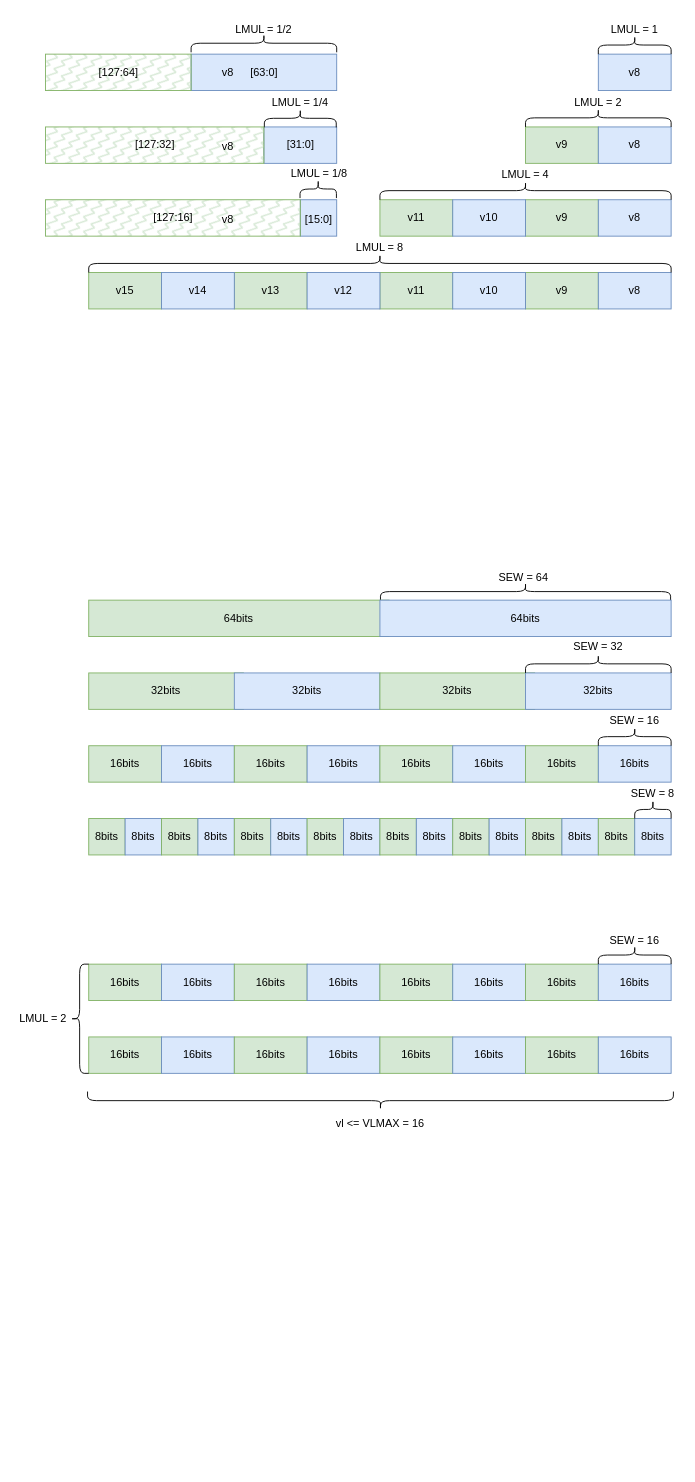
Before: vector2.drawio in Ziyue-Zhang/draw_picture, a draw.io diagram. Source tidied: cells renumbered, new cells numbered last; positions are measured from the earlier drawing's top-left corner, leaving out a move shared by most shapes. Both pictures are drawn from the tidied source at 91%, with x=0, y=0 at pixel (15, -30).
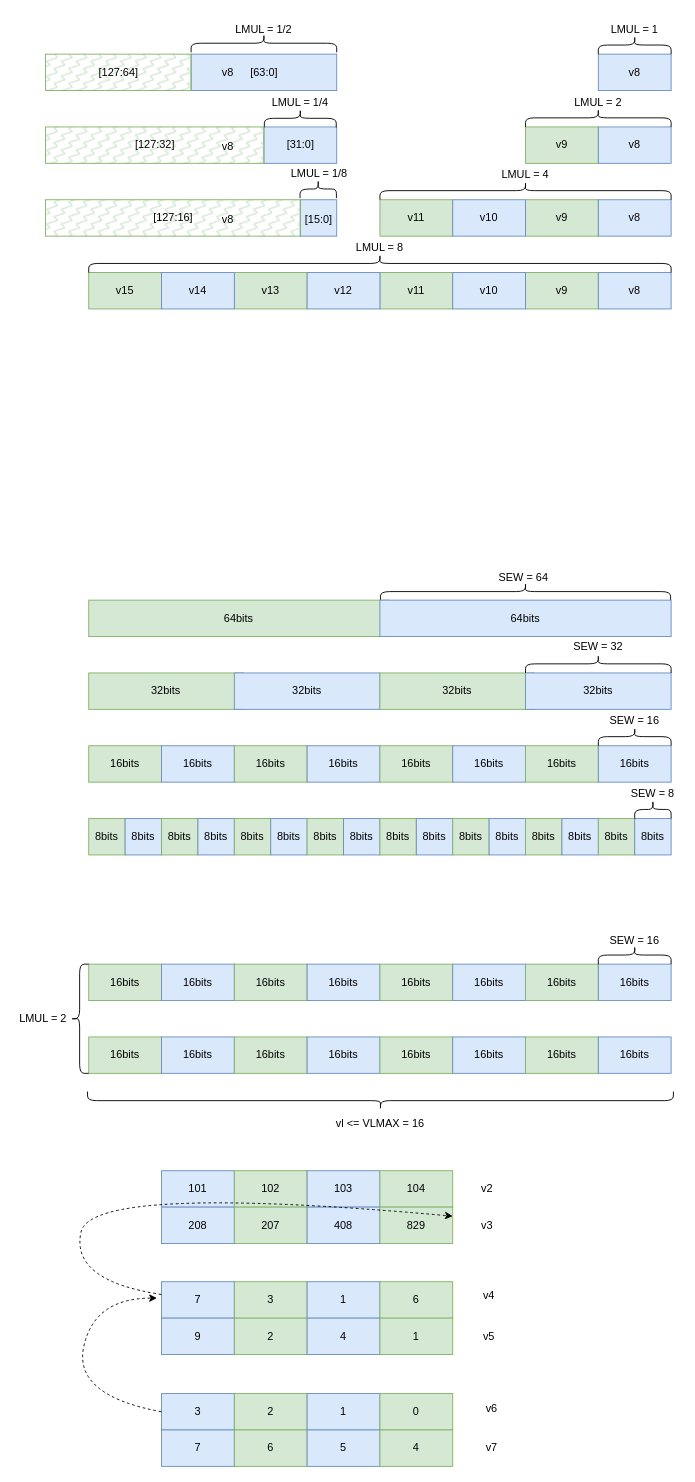
The same page after the edit.

What changed in the source:
```diff
@@
+    <mxCell id="118" value="101" style="rounded=0;whiteSpace=wrap;html=1;fillColor=#dae8fc;strokeColor=#6c8ebf;" parent="1" vertex="1">
+      <mxGeometry x="160" y="1319" width="80" height="40" as="geometry" />
+    </mxCell>
+    <mxCell id="119" value="102" style="rounded=0;whiteSpace=wrap;html=1;fillColor=#d5e8d4;strokeColor=#82b366;" parent="1" vertex="1">
+      <mxGeometry x="240" y="1319" width="80" height="40" as="geometry" />
+    </mxCell>
+    <mxCell id="120" value="103" style="rounded=0;whiteSpace=wrap;html=1;fillColor=#dae8fc;strokeColor=#6c8ebf;" parent="1" vertex="1">
+      <mxGeometry x="320" y="1319" width="80" height="40" as="geometry" />
+    </mxCell>
+    <mxCell id="121" value="104" style="rounded=0;whiteSpace=wrap;html=1;fillColor=#d5e8d4;strokeColor=#82b366;" parent="1" vertex="1">
+      <mxGeometry x="400" y="1319" width="80" height="40" as="geometry" />
+    </mxCell>
+    <mxCell id="122" value="208" style="rounded=0;whiteSpace=wrap;html=1;fillColor=#dae8fc;strokeColor=#6c8ebf;" parent="1" vertex="1">
+      <mxGeometry x="160" y="1359" width="80" height="40" as="geometry" />
+    </mxCell>
+    <mxCell id="123" value="207" style="rounded=0;whiteSpace=wrap;html=1;fillColor=#d5e8d4;strokeColor=#82b366;" parent="1" vertex="1">
+      <mxGeometry x="240" y="1359" width="80" height="40" as="geometry" />
+    </mxCell>
+    <mxCell id="124" value="408" style="rounded=0;whiteSpace=wrap;html=1;fillColor=#dae8fc;strokeColor=#6c8ebf;" parent="1" vertex="1">
+      <mxGeometry x="320" y="1359" width="80" height="40" as="geometry" />
+    </mxCell>
+    <mxCell id="125" value="829" style="rounded=0;whiteSpace=wrap;html=1;fillColor=#d5e8d4;strokeColor=#82b366;" parent="1" vertex="1">
+      <mxGeometry x="400" y="1359" width="80" height="40" as="geometry" />
+    </mxCell>
+    <mxCell id="126" value="v2" style="text;html=1;strokeColor=none;fillColor=none;align=center;verticalAlign=middle;whiteSpace=wrap;rounded=0;" parent="1" vertex="1">
+      <mxGeometry x="488" y="1324" width="60" height="30" as="geometry" />
+    </mxCell>
+    <mxCell id="127" value="v3" style="text;html=1;strokeColor=none;fillColor=none;align=center;verticalAlign=middle;whiteSpace=wrap;rounded=0;" parent="1" vertex="1">
+      <mxGeometry x="488" y="1364" width="60" height="30" as="geometry" />
+    </mxCell>
+    <mxCell id="128" value="7" style="rounded=0;whiteSpace=wrap;html=1;fillColor=#dae8fc;strokeColor=#6c8ebf;" parent="1" vertex="1">
+      <mxGeometry x="160" y="1441" width="80" height="40" as="geometry" />
+    </mxCell>
+    <mxCell id="129" value="3" style="rounded=0;whiteSpace=wrap;html=1;fillColor=#d5e8d4;strokeColor=#82b366;" parent="1" vertex="1">
+      <mxGeometry x="240" y="1441" width="80" height="40" as="geometry" />
+    </mxCell>
+    <mxCell id="130" value="1" style="rounded=0;whiteSpace=wrap;html=1;fillColor=#dae8fc;strokeColor=#6c8ebf;" parent="1" vertex="1">
+      <mxGeometry x="320" y="1441" width="80" height="40" as="geometry" />
+    </mxCell>
+    <mxCell id="131" value="6" style="rounded=0;whiteSpace=wrap;html=1;fillColor=#d5e8d4;strokeColor=#82b366;" parent="1" vertex="1">
+      <mxGeometry x="400" y="1441" width="80" height="40" as="geometry" />
+    </mxCell>
+    <mxCell id="132" value="9" style="rounded=0;whiteSpace=wrap;html=1;fillColor=#dae8fc;strokeColor=#6c8ebf;" parent="1" vertex="1">
+      <mxGeometry x="160" y="1481" width="80" height="40" as="geometry" />
+    </mxCell>
+    <mxCell id="133" value="2" style="rounded=0;whiteSpace=wrap;html=1;fillColor=#d5e8d4;strokeColor=#82b366;" parent="1" vertex="1">
+      <mxGeometry x="240" y="1481" width="80" height="40" as="geometry" />
+    </mxCell>
+    <mxCell id="134" value="4" style="rounded=0;whiteSpace=wrap;html=1;fillColor=#dae8fc;strokeColor=#6c8ebf;" parent="1" vertex="1">
+      <mxGeometry x="320" y="1481" width="80" height="40" as="geometry" />
+    </mxCell>
+    <mxCell id="135" value="1" style="rounded=0;whiteSpace=wrap;html=1;fillColor=#d5e8d4;strokeColor=#82b366;" parent="1" vertex="1">
+      <mxGeometry x="400" y="1481" width="80" height="40" as="geometry" />
+    </mxCell>
+    <mxCell id="136" value="v4" style="text;html=1;strokeColor=none;fillColor=none;align=center;verticalAlign=middle;whiteSpace=wrap;rounded=0;" parent="1" vertex="1">
+      <mxGeometry x="490" y="1441" width="60" height="30" as="geometry" />
+    </mxCell>
+    <mxCell id="137" value="v5" style="text;html=1;strokeColor=none;fillColor=none;align=center;verticalAlign=middle;whiteSpace=wrap;rounded=0;" parent="1" vertex="1">
+      <mxGeometry x="490" y="1486" width="60" height="30" as="geometry" />
+    </mxCell>
+    <mxCell id="138" value="3" style="rounded=0;whiteSpace=wrap;html=1;fillColor=#dae8fc;strokeColor=#6c8ebf;" parent="1" vertex="1">
+      <mxGeometry x="160" y="1563.9" width="80" height="40" as="geometry" />
+    </mxCell>
+    <mxCell id="139" value="2" style="rounded=0;whiteSpace=wrap;html=1;fillColor=#d5e8d4;strokeColor=#82b366;" parent="1" vertex="1">
+      <mxGeometry x="240" y="1563.9" width="80" height="40" as="geometry" />
+    </mxCell>
+    <mxCell id="140" value="1" style="rounded=0;whiteSpace=wrap;html=1;fillColor=#dae8fc;strokeColor=#6c8ebf;" parent="1" vertex="1">
+      <mxGeometry x="320" y="1563.9" width="80" height="40" as="geometry" />
+    </mxCell>
+    <mxCell id="141" value="0" style="rounded=0;whiteSpace=wrap;html=1;fillColor=#d5e8d4;strokeColor=#82b366;" parent="1" vertex="1">
+      <mxGeometry x="400" y="1563.9" width="80" height="40" as="geometry" />
+    </mxCell>
+    <mxCell id="142" value="7" style="rounded=0;whiteSpace=wrap;html=1;fillColor=#dae8fc;strokeColor=#6c8ebf;" parent="1" vertex="1">
+      <mxGeometry x="160" y="1603.9" width="80" height="40" as="geometry" />
+    </mxCell>
+    <mxCell id="143" value="6" style="rounded=0;whiteSpace=wrap;html=1;fillColor=#d5e8d4;strokeColor=#82b366;" parent="1" vertex="1">
+      <mxGeometry x="240" y="1603.9" width="80" height="40" as="geometry" />
+    </mxCell>
+    <mxCell id="144" value="5" style="rounded=0;whiteSpace=wrap;html=1;fillColor=#dae8fc;strokeColor=#6c8ebf;" parent="1" vertex="1">
+      <mxGeometry x="320" y="1603.9" width="80" height="40" as="geometry" />
+    </mxCell>
+    <mxCell id="145" value="4" style="rounded=0;whiteSpace=wrap;html=1;fillColor=#d5e8d4;strokeColor=#82b366;" parent="1" vertex="1">
+      <mxGeometry x="400" y="1603.9" width="80" height="40" as="geometry" />
+    </mxCell>
+    <mxCell id="146" value="v6" style="text;html=1;strokeColor=none;fillColor=none;align=center;verticalAlign=middle;whiteSpace=wrap;rounded=0;" parent="1" vertex="1">
+      <mxGeometry x="493" y="1566" width="60" height="30" as="geometry" />
+    </mxCell>
+    <mxCell id="147" value="v7" style="text;html=1;strokeColor=none;fillColor=none;align=center;verticalAlign=middle;whiteSpace=wrap;rounded=0;" parent="1" vertex="1">
+      <mxGeometry x="493" y="1608.9" width="60" height="30" as="geometry" />
+    </mxCell>
+    <mxCell id="148" style="curved=1;endArrow=classic;html=1;rounded=0;exitX=0;exitY=0.5;exitDx=0;exitDy=0;dashed=1;" parent="1" edge="1" source="138">
+      <mxGeometry relative="1" as="geometry">
+        <mxPoint x="155" y="1459" as="targetPoint" />
+        <Array as="points">
+          <mxPoint x="63" y="1566" />
+          <mxPoint x="86" y="1459" />
+        </Array>
+      </mxGeometry>
+    </mxCell>
+    <mxCell id="149" style="curved=1;endArrow=classic;html=1;rounded=0;entryX=1;entryY=0.25;entryDx=0;entryDy=0;dashed=1;" parent="1" edge="1" source="128" target="125">
+      <mxGeometry relative="1" as="geometry">
+        <Array as="points">
+          <mxPoint x="60" y="1440" />
+          <mxPoint x="83" y="1333" />
+        </Array>
+      </mxGeometry>
+    </mxCell>
```
